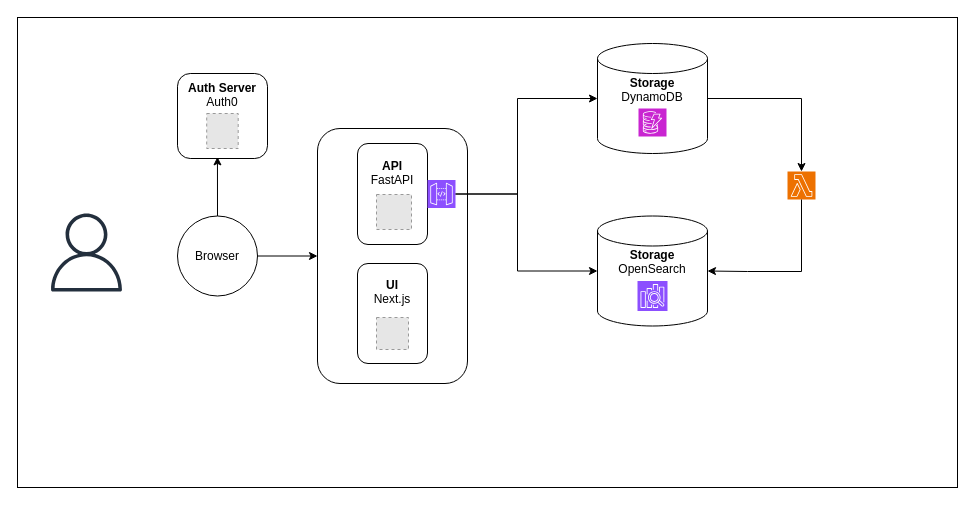
Before: .github/libra.drawio in Toshipy/libra-service, a draw.io diagram. Source tidied: cells renumbered, new cells numbered last; positions are measured from the earlier drawing's top-left corner, leaving out a move shared by most shapes. Both pictures are drawn from the tidied source at 100%, with x=0, y=0 at pixel (17, 17). Pictures stored in the file or linked from it are replaced by grey dashed boxes.
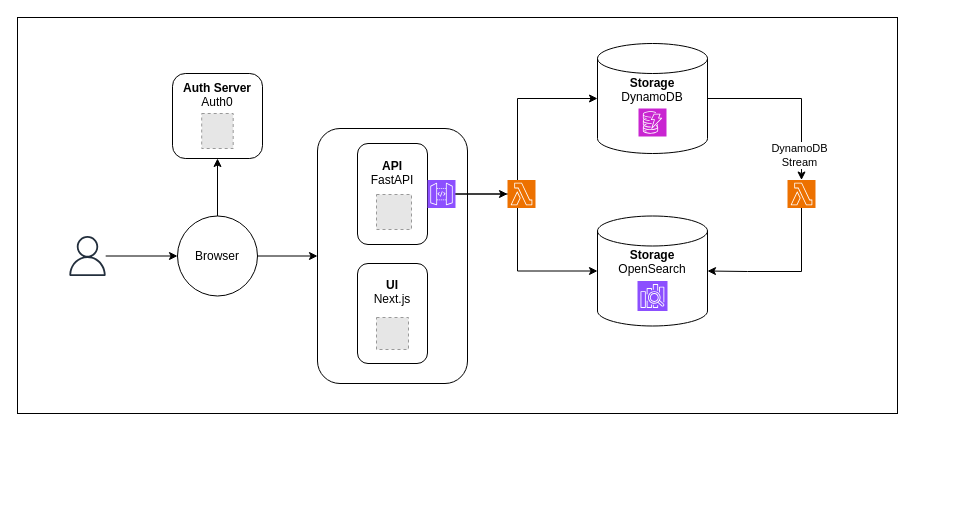
The same diagram, later.

Commit message:
libra.drawio を更新します

The change refers to these unchanged cells:
```xml
<mxCell id="5" value="Browser" style="ellipse;whiteSpace=wrap;html=1;" parent="1" vertex="1">
  <mxGeometry x="160" y="198.5" width="80" height="80" as="geometry" />
</mxCell>
<mxCell id="7" value="&lt;b&gt;Auth Server&lt;/b&gt;&lt;div&gt;Auth0&lt;/div&gt;&lt;div&gt;&lt;br&gt;&lt;/div&gt;&lt;div&gt;&lt;br&gt;&lt;/div&gt;&lt;div&gt;&lt;br&gt;&lt;/div&gt;" style="rounded=1;whiteSpace=wrap;html=1;" parent="6" vertex="1">
  <mxGeometry width="90" height="85" as="geometry" />
</mxCell>
<mxCell id="21" value="&lt;b&gt;Storage&lt;/b&gt;&lt;div&gt;OpenSearch&lt;/div&gt;&lt;div&gt;&lt;br&gt;&lt;/div&gt;&lt;div&gt;&lt;br&gt;&lt;/div&gt;&lt;div&gt;&lt;br&gt;&lt;/div&gt;" style="shape=cylinder3;whiteSpace=wrap;html=1;boundedLbl=1;backgroundOutline=1;size=15;" parent="20" vertex="1">
  <mxGeometry width="110" height="110" as="geometry" />
</mxCell>
<mxCell id="26" style="edgeStyle=orthogonalEdgeStyle;rounded=0;jettySize=auto;html=1;entryX=0.5;entryY=0;entryDx=0;entryDy=0;entryPerimeter=0;" parent="1" edge="1" source="18" target="25">
  <mxGeometry relative="1" as="geometry" />
</mxCell>
<mxCell id="27" style="sketch=0;points=[[0,0,0],[0.25,0,0],[0.5,0,0],[0.75,0,0],[1,0,0],[0,1,0],[0.25,1,0],[0.5,1,0],[0.75,1,0],[1,1,0],[0,0.25,0],[0,0.5,0],[0,0.75,0],[1,0.25,0],[1,0.5,0],[1,0.75,0]];outlineConnect=0;fontColor=#232F3E;fillColor=#8C4FFF;strokeColor=#ffffff;dashed=0;verticalLabelPosition=bottom;verticalAlign=top;align=center;html=1;fontSize=12;fontStyle=0;shape=mxgraph.aws4.resourceIcon;resIcon=mxgraph.aws4.api_gateway;" parent="1" vertex="1">
  <mxGeometry x="410" y="162.5" width="28" height="28" as="geometry" />
</mxCell>
```

The edit, as a diff of the source:
```diff
@@
     <mxCell id="2" style="rounded=0;whiteSpace=wrap;html=1;" parent="1" vertex="1">
-      <mxGeometry width="940" height="470" as="geometry" />
+      <mxGeometry width="880" height="396" as="geometry" />
     </mxCell>
+    <mxCell id="29" style="edgeStyle=orthogonalEdgeStyle;rounded=0;jettySize=auto;html=1;" parent="1" edge="1" source="3" target="5">
+      <mxGeometry relative="1" as="geometry" />
+    </mxCell>
     <mxCell id="3" style="sketch=0;outlineConnect=0;fontColor=#232F3E;gradientColor=none;fillColor=#232F3D;strokeColor=none;dashed=0;verticalLabelPosition=bottom;verticalAlign=top;align=center;html=1;fontSize=12;fontStyle=0;shape=mxgraph.aws4.user;" parent="1" vertex="1">
-      <mxGeometry x="30" y="196" width="78" height="78" as="geometry" />
+      <mxGeometry x="50" y="218.5" width="40" height="40" as="geometry" />
     </mxCell>
@@
+    <mxCell id="10" style="edgeStyle=orthogonalEdgeStyle;rounded=0;jettySize=auto;html=1;entryX=0.5;entryY=1;entryDx=0;entryDy=0;" parent="1" edge="1" source="5" target="7">
+      <mxGeometry relative="1" as="geometry" />
+    </mxCell>
@@
     <mxCell id="6" style="group;" parent="1" vertex="1">
-      <mxGeometry x="160" y="56" width="90" height="85" as="geometry" />
+      <mxGeometry x="155" y="56" width="90" height="85" as="geometry" />
     </mxCell>
@@
-    <mxCell id="10" style="edgeStyle=orthogonalEdgeStyle;rounded=0;jettySize=auto;html=1;entryX=0.444;entryY=0.981;entryDx=0;entryDy=0;entryPerimeter=0;" parent="1" edge="1" source="5" target="7">
-      <mxGeometry relative="1" as="geometry" />
-    </mxCell>
@@
-    <mxCell id="24" style="edgeStyle=orthogonalEdgeStyle;rounded=0;jettySize=auto;html=1;entryX=0;entryY=0.5;entryDx=0;entryDy=0;entryPerimeter=0;" parent="1" edge="1" source="27" target="21">
+    <mxCell id="24" style="edgeStyle=orthogonalEdgeStyle;rounded=0;jettySize=auto;html=1;entryX=0;entryY=0.5;entryDx=0;entryDy=0;entryPerimeter=0;" parent="1" edge="1" source="32" target="21">
       <mxGeometry relative="1" as="geometry">
         <Array as="points">
           <mxPoint x="500" y="177" />
           <mxPoint x="500" y="253" />
         </Array>
       </mxGeometry>
     </mxCell>
     <mxCell id="25" style="sketch=0;points=[[0,0,0],[0.25,0,0],[0.5,0,0],[0.75,0,0],[1,0,0],[0,1,0],[0.25,1,0],[0.5,1,0],[0.75,1,0],[1,1,0],[0,0.25,0],[0,0.5,0],[0,0.75,0],[1,0.25,0],[1,0.5,0],[1,0.75,0]];outlineConnect=0;fontColor=#232F3E;fillColor=#ED7100;strokeColor=#ffffff;dashed=0;verticalLabelPosition=bottom;verticalAlign=top;align=center;html=1;fontSize=12;fontStyle=0;shape=mxgraph.aws4.resourceIcon;resIcon=mxgraph.aws4.lambda;" parent="1" vertex="1">
-      <mxGeometry x="770" y="154" width="28" height="28" as="geometry" />
+      <mxGeometry x="770" y="162.5" width="28" height="28" as="geometry" />
     </mxCell>
@@
+    <mxCell id="30" value="DynamoDB&lt;div&gt;Stream&lt;/div&gt;" style="edgeLabel;html=1;align=center;verticalAlign=middle;" parent="26" vertex="1">
+      <mxGeometry x="0.71" y="-3" relative="1" as="geometry" />
+    </mxCell>
@@
+    <mxCell id="31" style="edgeStyle=orthogonalEdgeStyle;rounded=0;jettySize=auto;html=1;entryX=0;entryY=0.5;entryDx=0;entryDy=0;entryPerimeter=0;" parent="1" edge="1" source="27" target="32">
+      <mxGeometry relative="1" as="geometry" />
+    </mxCell>
+    <mxCell id="32" style="sketch=0;points=[[0,0,0],[0.25,0,0],[0.5,0,0],[0.75,0,0],[1,0,0],[0,1,0],[0.25,1,0],[0.5,1,0],[0.75,1,0],[1,1,0],[0,0.25,0],[0,0.5,0],[0,0.75,0],[1,0.25,0],[1,0.5,0],[1,0.75,0]];outlineConnect=0;fontColor=#232F3E;fillColor=#ED7100;strokeColor=#ffffff;dashed=0;verticalLabelPosition=bottom;verticalAlign=top;align=center;html=1;fontSize=12;fontStyle=0;shape=mxgraph.aws4.resourceIcon;resIcon=mxgraph.aws4.lambda;" parent="1" vertex="1">
+      <mxGeometry x="490" y="162.5" width="28" height="28" as="geometry" />
+    </mxCell>
```
